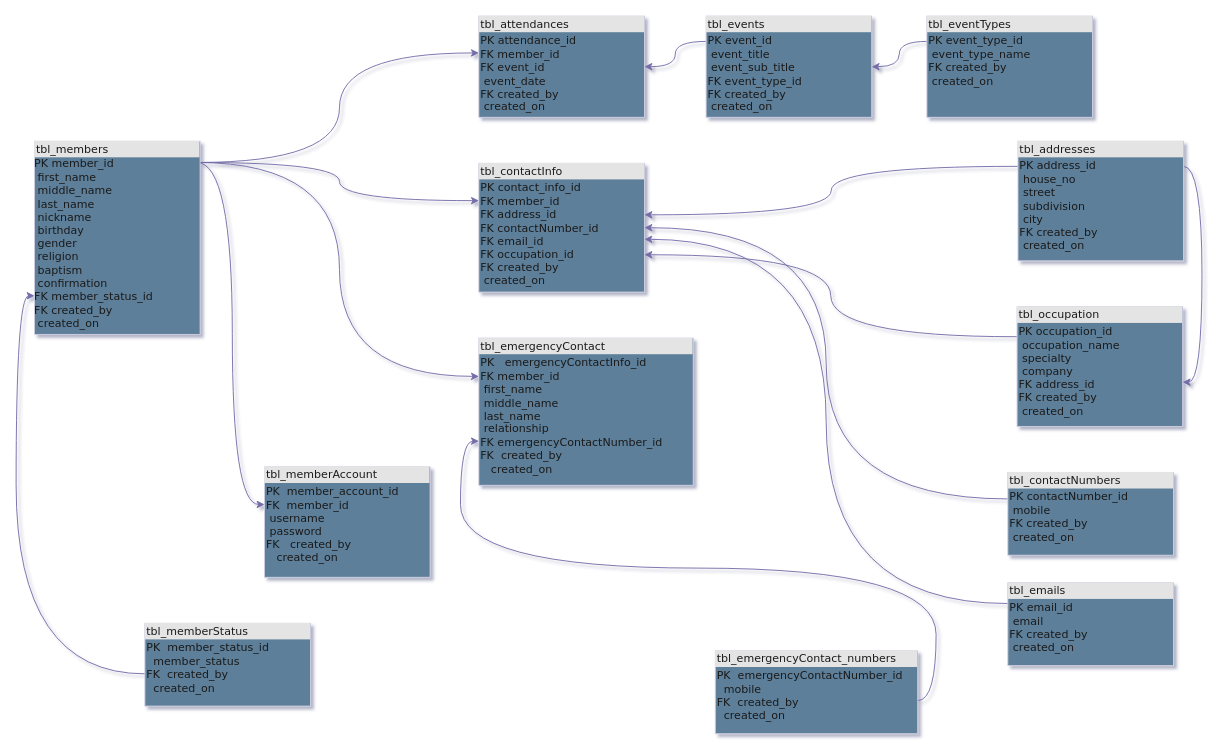
jbas1003/bld-app keeps this draw.io diagram as BLD-App ERD.drawio. Above is the earlier version. Source tidied: cells renumbered, new cells numbered last; positions are measured from the earlier drawing's top-left corner, leaving out a move shared by most shapes. Both pictures are drawn from the tidied source at 92%, with x=0, y=0 at pixel (34, 16).
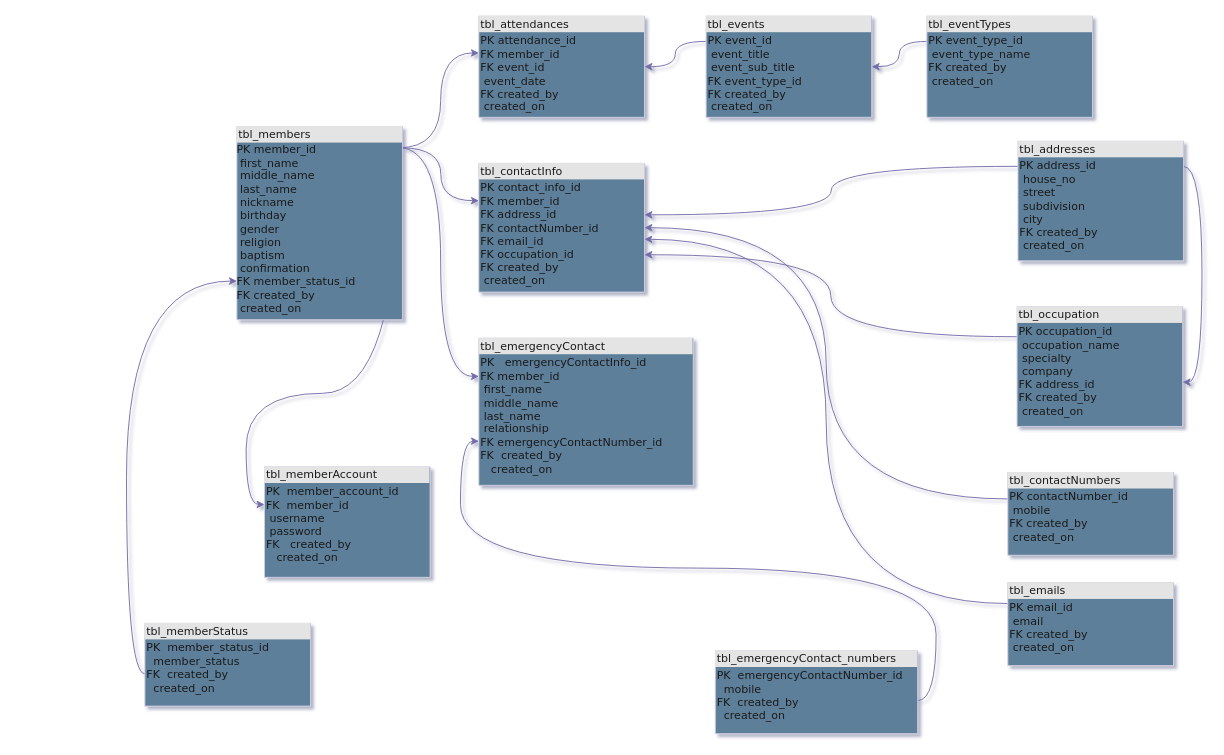
The same diagram, later.

Unchanged cells that the change refers to:
```xml
<mxCell id="11" value="&lt;div style=&quot;box-sizing: border-box ; width: 100% ; background: #e4e4e4 ; padding: 2px&quot;&gt;tbl_contactInfo&lt;/div&gt;&lt;table style=&quot;width: 100% ; font-size: 1em&quot; cellpadding=&quot;2&quot; cellspacing=&quot;0&quot;&gt;&lt;tbody&gt;&lt;tr&gt;&lt;td&gt;PK&lt;span style=&quot;white-space: pre;&quot;&gt; &lt;/span&gt;contact_info_id&lt;br&gt;FK&lt;span style=&quot;white-space: pre;&quot;&gt; &lt;/span&gt;member_id&lt;br&gt;FK&lt;span style=&quot;white-space: pre;&quot;&gt; &lt;/span&gt;address_id&lt;br&gt;FK&lt;span style=&quot;white-space: pre;&quot;&gt; &lt;/span&gt;contactNumber_id&lt;br&gt;FK&lt;span style=&quot;white-space: pre;&quot;&gt; &lt;/span&gt;email_id&lt;br&gt;FK&lt;span style=&quot;white-space: pre;&quot;&gt; &lt;/span&gt;occupation_id&lt;br&gt;FK&lt;span style=&quot;white-space: pre;&quot;&gt; &lt;/span&gt;created_by&lt;br&gt;&lt;span style=&quot;white-space: pre;&quot;&gt; &lt;/span&gt;created_on&lt;br&gt;&lt;/td&gt;&lt;td&gt;&lt;/td&gt;&lt;/tr&gt;&lt;/tbody&gt;&lt;/table&gt;" style="verticalAlign=top;align=left;overflow=fill;html=1;rounded=0;shadow=0;comic=0;labelBackgroundColor=none;strokeWidth=1;fontFamily=Verdana;fontSize=12;points=[[0,0,0,0,0],[0,0.2,0,0,0],[0,0.29,0,0,0],[0,0.4,0,0,0],[0,0.5,0,0,0],[0,0.59,0,0,0],[0,0.71,0,0,0],[0,0.82,0,0,0],[0,1,0,0,0],[0.25,0,0,0,0],[0.25,1,0,0,0],[0.5,0,0,0,0],[0.5,1,0,0,0],[0.75,0,0,0,0],[0.75,1,0,0,0],[1,0,0,0,0],[1,0.2,0,0,0],[1,0.29,0,0,0],[1,0.4,0,0,0],[1,0.5,0,0,0],[1,0.59,0,0,0],[1,0.71,0,0,0],[1,0.82,0,0,0],[1,1,0,0,0]];fillColor=#5D7F99;strokeColor=#D0CEE2;fontColor=#1A1A1A;" parent="1" vertex="1">
  <mxGeometry x="483" y="160" width="180" height="140" as="geometry" />
</mxCell>
```

Diff of the diagram source:
```diff
@@
-    <mxCell id="3" style="edgeStyle=orthogonalEdgeStyle;rounded=0;jettySize=auto;html=1;exitX=0.98;exitY=0.11;exitDx=0;exitDy=0;exitPerimeter=0;entryX=0;entryY=0.29;entryDx=0;entryDy=0;entryPerimeter=0;labelBackgroundColor=none;strokeColor=#736CA8;fontColor=default;curved=1;" parent="1" edge="1" source="6" target="11">
-      <mxGeometry relative="1" as="geometry" />
+    <mxCell id="3" style="edgeStyle=orthogonalEdgeStyle;rounded=0;jettySize=auto;html=1;exitX=0.98;exitY=0.11;exitDx=0;exitDy=0;exitPerimeter=0;entryX=0;entryY=0.29;entryDx=0;entryDy=0;entryPerimeter=0;labelBackgroundColor=none;strokeColor=#736CA8;fontColor=default;curved=1;" parent="1" edge="1" target="11">
+      <mxGeometry relative="1" as="geometry">
+        <mxPoint x="399.4" y="143.1" as="sourcePoint" />
+      </mxGeometry>
     </mxCell>
@@
     <mxCell id="6" value="&lt;div style=&quot;box-sizing:border-box;width:100%;background:#e4e4e4;padding:2px;&quot;&gt;tbl_members&lt;/div&gt;PK&lt;span style=&quot;white-space: pre;&quot;&gt; &lt;/span&gt;member_id&lt;br&gt;&lt;span style=&quot;white-space: pre;&quot;&gt; &lt;/span&gt;first_name&lt;br&gt;&lt;span style=&quot;white-space: pre;&quot;&gt; &lt;/span&gt;middle_name&lt;br&gt;&lt;span style=&quot;white-space: pre;&quot;&gt; &lt;/span&gt;last_name&lt;br&gt;&lt;span style=&quot;white-space: pre;&quot;&gt; &lt;/span&gt;nickname&lt;br&gt;&lt;span style=&quot;white-space: pre;&quot;&gt; &lt;/span&gt;birthday&lt;br&gt;&lt;span style=&quot;white-space: pre;&quot;&gt; &lt;/span&gt;gender&lt;br&gt;&lt;span style=&quot;white-space: pre;&quot;&gt; &lt;/span&gt;religion&lt;br&gt;&lt;span style=&quot;white-space: pre;&quot;&gt; &lt;/span&gt;baptism&lt;br&gt;&lt;span style=&quot;white-space: pre;&quot;&gt; &lt;/span&gt;confirmation&lt;br&gt;FK&lt;span style=&quot;white-space: pre;&quot;&gt; &lt;/span&gt;member_status_id&lt;br&gt;&lt;span style=&quot;white-space: pre;&quot;&gt;FK&lt;span style=&quot;white-space: pre;&quot;&gt; &lt;/span&gt;created_by&lt;br&gt;&lt;span style=&quot;white-space: pre;&quot;&gt; &lt;/span&gt;created_on &lt;/span&gt;" style="verticalAlign=top;align=left;overflow=fill;html=1;rounded=0;shadow=0;comic=0;labelBackgroundColor=none;strokeWidth=1;fontFamily=Verdana;fontSize=12;points=[[0,0,0,0,0],[0,0.11,0,0,0],[0,0.8,0,0,0],[0,0.88,0,0,0],[0,1,0,0,0],[0.25,0,0,0,0],[0.25,1,0,0,0],[0.5,0,0,0,0],[0.5,1,0,0,0],[0.75,0,0,0,0],[0.75,1,0,0,0],[0.98,0.11,0,0,0],[1,0,0,0,0],[1,0.8,0,0,0],[1,0.88,0,0,0],[1,1,0,0,0]];fillColor=#5D7F99;strokeColor=#D0CEE2;fontColor=#1A1A1A;" parent="1" vertex="1">
-      <mxGeometry y="136" width="180" height="210" as="geometry" />
+      <mxGeometry x="220" y="120" width="180" height="210" as="geometry" />
     </mxCell>
```
